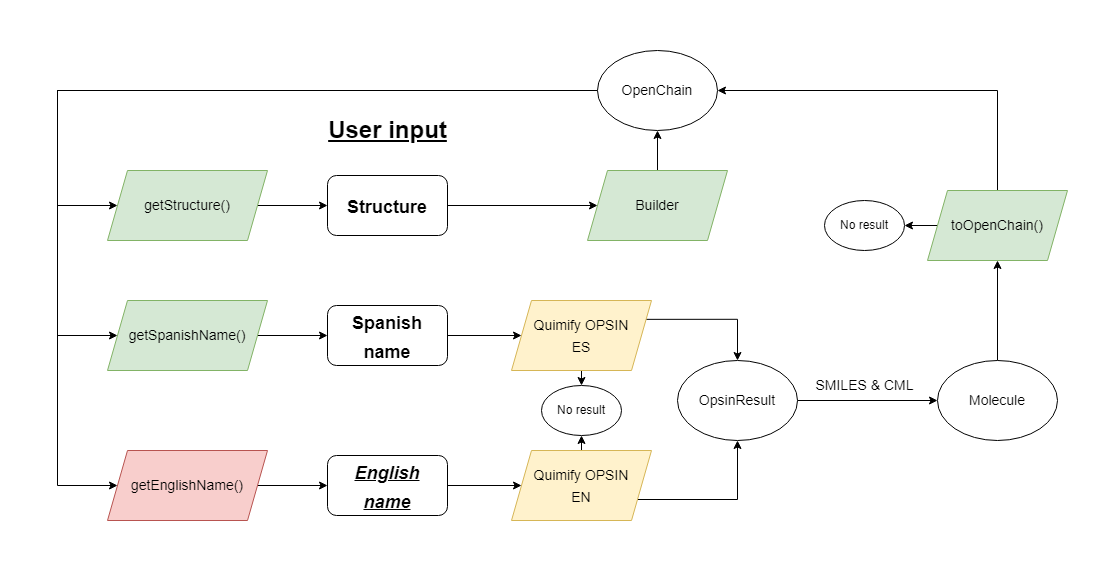
Above: doc/organic.png in quimifyapp/organic (draw.io), before the change. Source tidied: cells renumbered, new cells last; positions are measured from the earlier drawing's top-left corner, leaving out a move shared by most shapes.
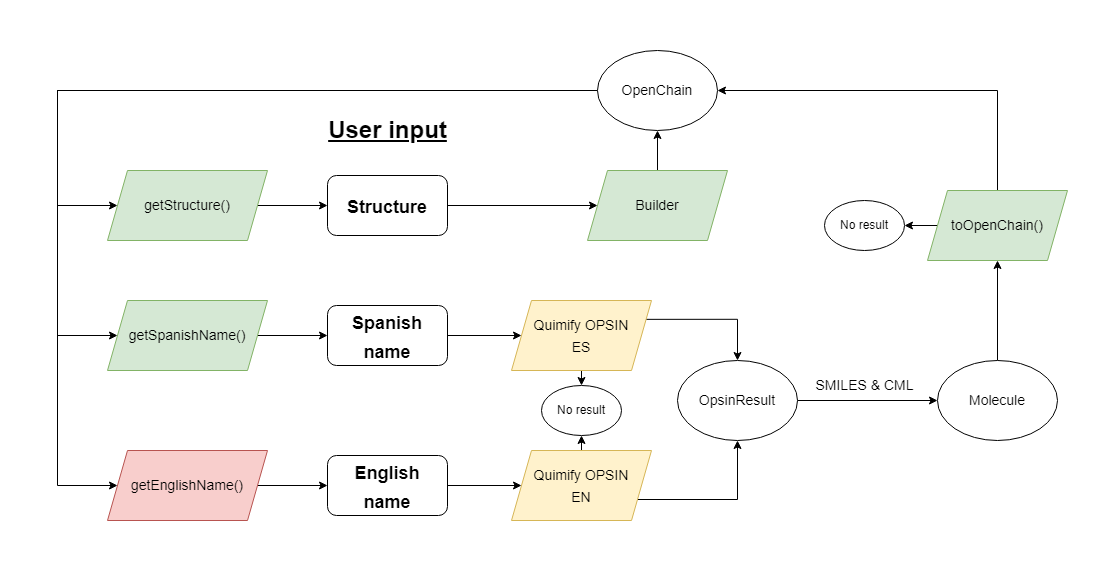
Later version of the same file.

Diff of the diagram source:
```diff
@@ -131,7 +131,7 @@
     <mxCell id="35" value="&lt;b style=&quot;border-color: var(--border-color); font-size: 18px;&quot;&gt;Spanish name&lt;/b&gt;" style="rounded=1;whiteSpace=wrap;html=1;shadow=0;fontSize=24;" parent="1" vertex="1">
       <mxGeometry x="270" y="255" width="120" height="60" as="geometry" />
     </mxCell>
-    <mxCell id="36" value="&lt;b style=&quot;border-color: var(--border-color); font-size: 18px;&quot;&gt;&lt;u style=&quot;border-color: var(--border-color);&quot;&gt;&lt;i style=&quot;border-color: var(--border-color);&quot;&gt;English&lt;br style=&quot;border-color: var(--border-color);&quot;&gt;name&lt;/i&gt;&lt;/u&gt;&lt;/b&gt;" style="rounded=1;whiteSpace=wrap;html=1;shadow=0;fontSize=24;" parent="1" vertex="1">
+    <mxCell id="36" value="&lt;b style=&quot;border-color: var(--border-color); font-size: 18px;&quot;&gt;&lt;span style=&quot;border-color: var(--border-color);&quot;&gt;&lt;span style=&quot;border-color: var(--border-color);&quot;&gt;English&lt;br style=&quot;border-color: var(--border-color);&quot;&gt;name&lt;/span&gt;&lt;/span&gt;&lt;/b&gt;" style="rounded=1;whiteSpace=wrap;html=1;shadow=0;fontSize=24;" parent="1" vertex="1">
       <mxGeometry x="270" y="405" width="120" height="60" as="geometry" />
     </mxCell>
   </root>
```
